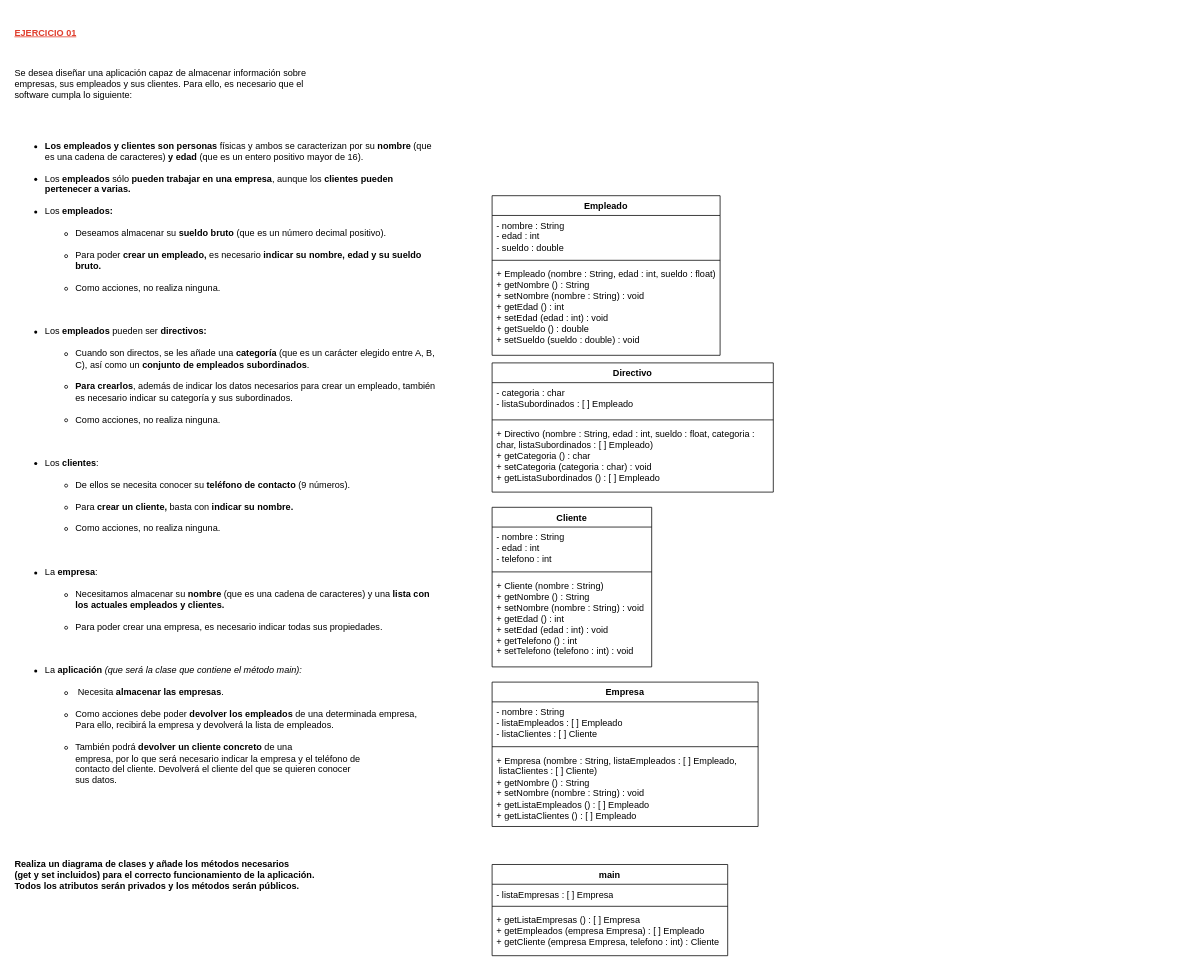
The draw.io diagram Entornos/Diagramas de clase.drawio in fersanzenrique-cell/learningCode, before the edit. Source tidied: cells renumbered, new cells numbered last; positions are measured from the earlier drawing's top-left corner, leaving out a move shared by most shapes. Both pictures are drawn from the tidied source at 76%, with x=0, y=0 at pixel (13, 13).
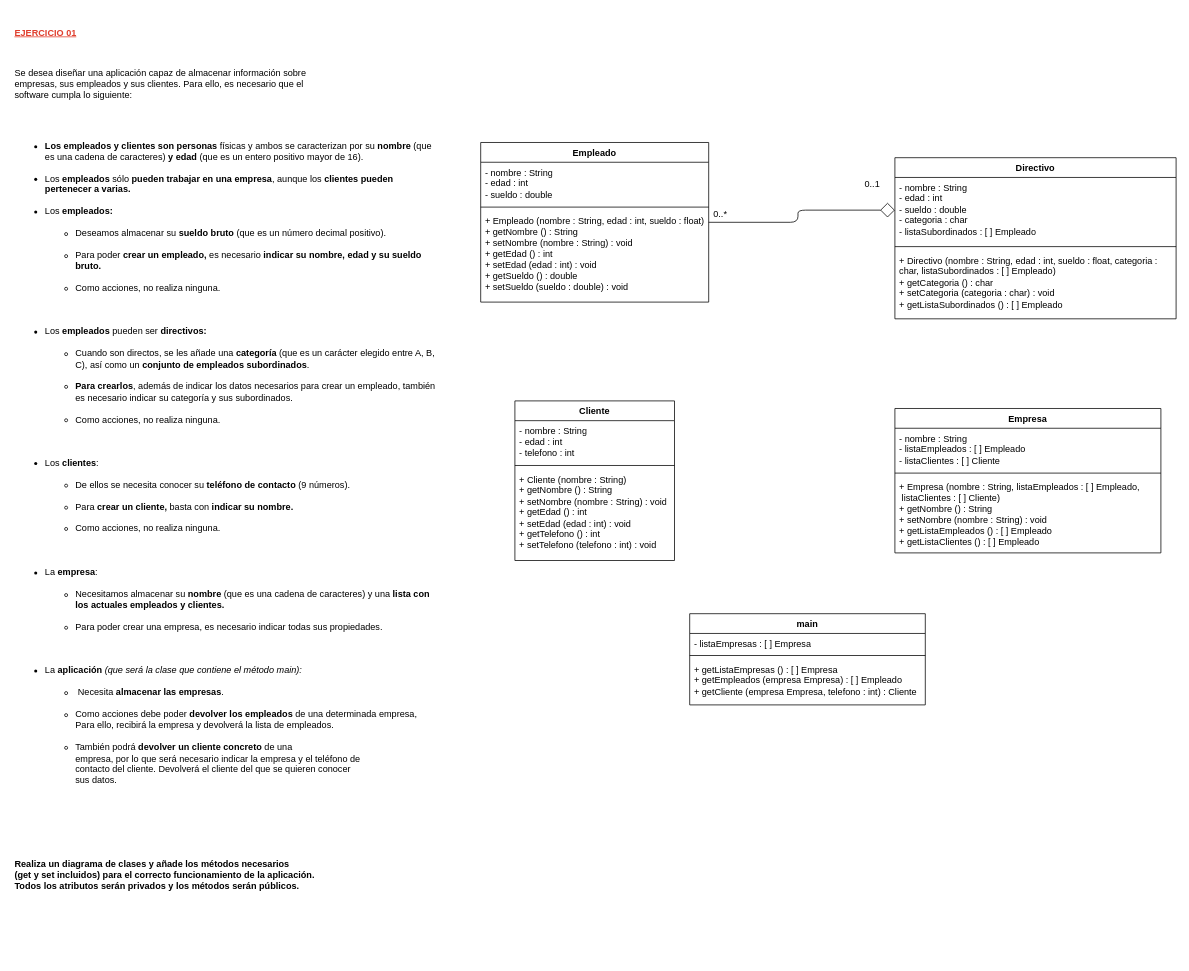
Above is the later version.

What changed in the source:
```diff
@@
+    <mxCell id="23" style="edgeStyle=orthogonalEdgeStyle;rounded=1;jettySize=auto;html=1;entryX=0;entryY=0.5;entryDx=0;entryDy=0;endArrow=diamond;endFill=0;endSize=17;" parent="1" edge="1" source="3" target="8">
+      <mxGeometry relative="1" as="geometry" />
+    </mxCell>
     <mxCell id="3" value="Empleado" style="swimlane;fontStyle=1;align=center;verticalAlign=top;horizontal=1;startSize=26;whiteSpace=wrap;html=1;" parent="1" vertex="1">
-      <mxGeometry x="630" y="240" width="300" height="210" as="geometry" />
+      <mxGeometry x="615" y="170" width="300" height="210" as="geometry" />
     </mxCell>
@@
     <mxCell id="7" value="Directivo" style="swimlane;fontStyle=1;align=center;verticalAlign=top;horizontal=1;startSize=26;whiteSpace=wrap;html=1;" parent="1" vertex="1">
-      <mxGeometry x="630" y="460" width="370" height="170" as="geometry" />
+      <mxGeometry x="1160" y="190" width="370" height="212" as="geometry" />
     </mxCell>
-    <mxCell id="8" value="- categoria : char&lt;br&gt;- listaSubordinados : [ ] Empleado" style="text;strokeColor=none;fillColor=none;align=left;verticalAlign=top;spacingLeft=4;spacingRight=4;overflow=hidden;points=[[0,0.5],[1,0.5]];portConstraint=eastwest;whiteSpace=wrap;html=1;" parent="7" vertex="1">
-      <mxGeometry y="26" width="370" height="44" as="geometry" />
+    <mxCell id="8" value="- nombre : String&lt;br style=&quot;border-color: var(--border-color);&quot;&gt;- edad : int&lt;br style=&quot;border-color: var(--border-color);&quot;&gt;- sueldo : double&lt;br&gt;- categoria : char&lt;br&gt;- listaSubordinados : [ ] Empleado" style="text;strokeColor=none;fillColor=none;align=left;verticalAlign=top;spacingLeft=4;spacingRight=4;overflow=hidden;points=[[0,0.5],[1,0.5]];portConstraint=eastwest;whiteSpace=wrap;html=1;" parent="7" vertex="1">
+      <mxGeometry y="26" width="370" height="86" as="geometry" />
     </mxCell>
     <mxCell id="9" style="line;strokeWidth=1;fillColor=none;align=left;verticalAlign=middle;spacingTop=-1;spacingLeft=3;spacingRight=3;labelPosition=right;strokeColor=inherit;" parent="7" vertex="1">
-      <mxGeometry y="70" width="370" height="10" as="geometry" />
+      <mxGeometry y="112" width="370" height="10" as="geometry" />
     </mxCell>
     <mxCell id="10" value="+ Directivo (nombre : String, edad : int, sueldo : float, categoria : char, listaSubordinados : [ ] Empleado)&lt;br&gt;+ getCategoria () : char&lt;br&gt;+ setCategoria (categoria : char) : void&lt;br&gt;+ getListaSubordinados () : [ ] Empleado" style="text;strokeColor=none;fillColor=none;align=left;verticalAlign=top;spacingLeft=4;spacingRight=4;overflow=hidden;whiteSpace=wrap;html=1;" parent="7" vertex="1">
-      <mxGeometry y="80" width="370" height="90" as="geometry" />
+      <mxGeometry y="122" width="370" height="90" as="geometry" />
     </mxCell>
     <mxCell id="11" value="Cliente" style="swimlane;fontStyle=1;align=center;verticalAlign=top;horizontal=1;startSize=26;whiteSpace=wrap;html=1;" parent="1" vertex="1">
-      <mxGeometry x="630" y="650" width="210" height="210" as="geometry" />
+      <mxGeometry x="660" y="510" width="210" height="210" as="geometry" />
     </mxCell>
@@
     <mxCell id="15" value="Empresa" style="swimlane;fontStyle=1;align=center;verticalAlign=top;horizontal=1;startSize=26;whiteSpace=wrap;html=1;" parent="1" vertex="1">
-      <mxGeometry x="630" y="880" width="350" height="190" as="geometry" />
+      <mxGeometry x="1160" y="520" width="350" height="190" as="geometry" />
     </mxCell>
@@
     <mxCell id="19" value="main" style="swimlane;fontStyle=1;align=center;verticalAlign=top;horizontal=1;startSize=26;whiteSpace=wrap;html=1;" parent="1" vertex="1">
-      <mxGeometry x="630" y="1120" width="310" height="120" as="geometry" />
+      <mxGeometry x="890" y="790" width="310" height="120" as="geometry" />
     </mxCell>
@@
+    <mxCell id="24" value="0..*" style="text;html=1;align=center;verticalAlign=middle;strokeColor=none;fillColor=none;" parent="1" vertex="1">
+      <mxGeometry x="910" y="250" width="40" height="30" as="geometry" />
+    </mxCell>
+    <mxCell id="25" value="0..1" style="text;html=1;align=center;verticalAlign=middle;strokeColor=none;fillColor=none;" parent="1" vertex="1">
+      <mxGeometry x="1110" y="210" width="40" height="30" as="geometry" />
+    </mxCell>
```
